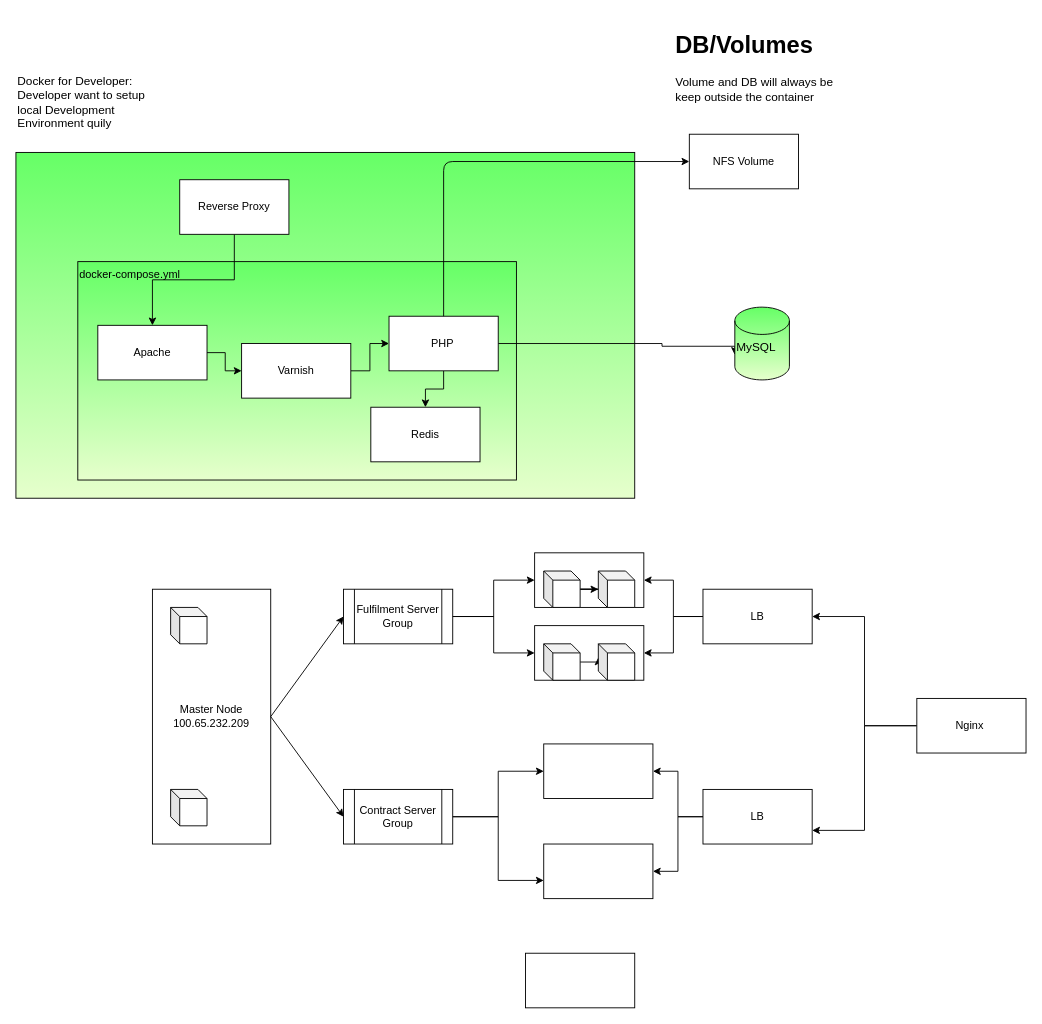
Before: SystemDesign.drawio in kittunotes/mynotebook, a draw.io diagram. Source tidied: cells renumbered, new cells numbered last; positions are measured from the earlier drawing's top-left corner, leaving out a move shared by most shapes. Both pictures are drawn from the tidied source at 91%, with x=0, y=0 at pixel (15, 25).
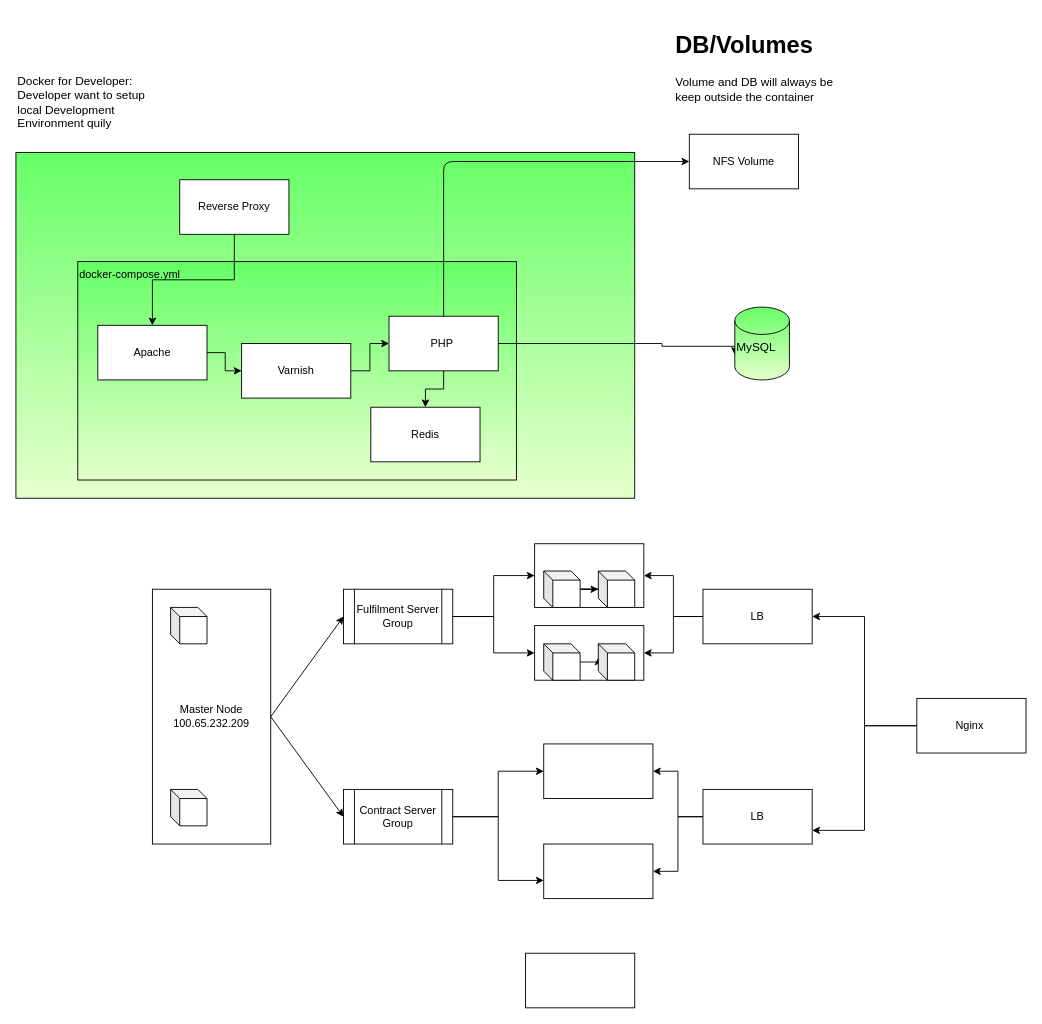
The same page after the edit.

The edit, as a diff of the source:
```diff
@@
-    <mxCell id="10" value="PHP&lt;span style=&quot;white-space: pre&quot;&gt;&#9;&lt;/span&gt;" style="rounded=0;whiteSpace=wrap;html=1;" parent="1" vertex="1">
+    <mxCell id="10" value="PHP&lt;span style=&quot;white-space: pre&quot;&gt; &lt;/span&gt;" style="rounded=0;whiteSpace=wrap;html=1;" parent="1" vertex="1">
       <mxGeometry x="410" y="320" width="120" height="60" as="geometry" />
     </mxCell>
@@
     <mxCell id="27" style="whiteSpace=wrap;html=1;" parent="1" vertex="1">
-      <mxGeometry x="570" y="580" width="120" height="60" as="geometry" />
+      <mxGeometry x="570" y="570" width="120" height="70" as="geometry" />
     </mxCell>
```
